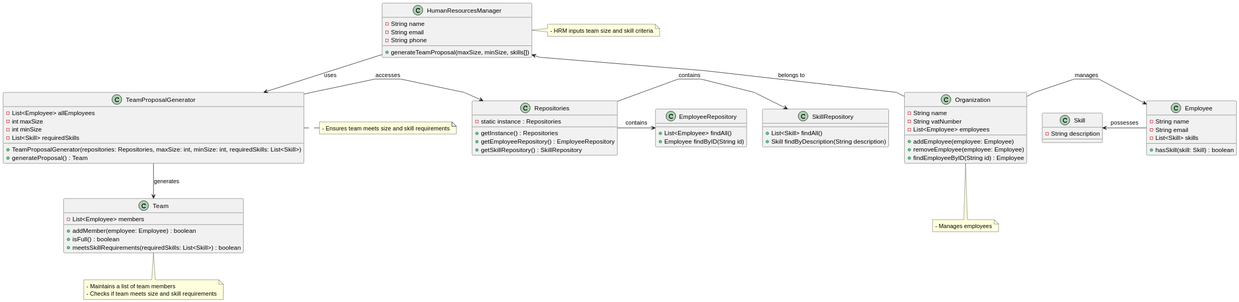
tiagosoa/lei-24-s2-1dgh-g073 keeps this PlantUML diagram as docs/sprint2/us005/03.design/svg/us005-class-diagram.svg. Above is the earlier version. Its diagram source:
```plantuml
@startuml
skinparam packageStyle rectangle
skinparam shadowing false
skinparam linetype polyline

class HumanResourcesManager {
  - String name
  - String email
  - String phone
  + generateTeamProposal(maxSize, minSize, skills[])
}

class Skill {
  - String description
}

class Employee {
  - String name
  - String email
  - List<Skill> skills
  + hasSkill(skill: Skill) : boolean
}

class Team {
  - List<Employee> members
  + addMember(employee: Employee) : boolean
  + isFull() : boolean
  + meetsSkillRequirements(requiredSkills: List<Skill>) : boolean
}

class TeamProposalGenerator {
  - List<Employee> allEmployees
  - int maxSize
  - int minSize
  - List<Skill> requiredSkills
  + TeamProposalGenerator(repositories: Repositories, maxSize: int, minSize: int, requiredSkills: List<Skill>)
  + generateProposal() : Team
}

class Repositories {
  - static instance : Repositories
  + getInstance() : Repositories
  + getEmployeeRepository() : EmployeeRepository
  + getSkillRepository() : SkillRepository
}

class EmployeeRepository {
  + List<Employee> findAll()
  + Employee findByID(String id)
}

class SkillRepository {
  + List<Skill> findAll()
  + Skill findByDescription(String description)
}

class Organization {
  - String name
  - String vatNumber
  - List<Employee> employees
  + addEmployee(employee: Employee)
  + removeEmployee(employee: Employee)
  + findEmployeeByID(String id) : Employee
}

note right of HumanResourcesManager
  - HRM inputs team size and skill criteria
end note

note left of TeamProposalGenerator
  - Ensures team meets size and skill requirements
end note

note bottom of Team
  - Maintains a list of team members
  - Checks if team meets size and skill requirements
end note

note bottom of Organization
  - Manages employees
end note

HumanResourcesManager -down-> TeamProposalGenerator : uses
TeamProposalGenerator -down-> Team : generates
Employee -left-> Skill : possesses
Organization -right-> Employee : manages
Organization -up-> HumanResourcesManager : belongs to
Repositories -right-> EmployeeRepository : contains
Repositories -right-> SkillRepository : contains
TeamProposalGenerator -right-> Repositories : accesses
@enduml
```
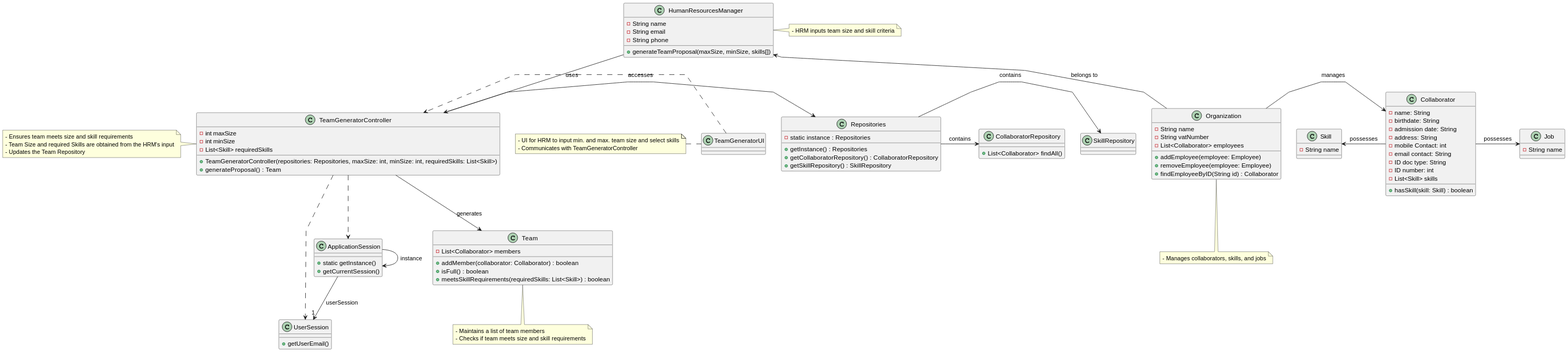
Above is the later version.

Change to the diagram source:
```diff
@@ -2,6 +2,17 @@
 skinparam packageStyle rectangle
 skinparam shadowing false
 skinparam linetype polyline
+
+class ApplicationSession
+{
+    + static getInstance()
+    + getCurrentSession()
+}
+
+class UserSession
+{
+    + getUserEmail()
+}
 
 class HumanResourcesManager {
   - String name
@@ -11,64 +22,74 @@
 }
 
 class Skill {
-  - String description
+  - String name
 }
 
-class Employee {
+class Job {
   - String name
-  - String email
+}
+
+class Collaborator {
+  - name: String
+  - birthdate: String
+  - admission date: String
+  - address: String
+  - mobile Contact: int
+  - email contact: String
+  - ID doc type: String
+  - ID number: int
   - List<Skill> skills
   + hasSkill(skill: Skill) : boolean
 }
 
 class Team {
-  - List<Employee> members
-  + addMember(employee: Employee) : boolean
+  - List<Collaborator> members
+  + addMember(collaborator: Collaborator) : boolean
   + isFull() : boolean
   + meetsSkillRequirements(requiredSkills: List<Skill>) : boolean
 }
 
-class TeamProposalGenerator {
-  - List<Employee> allEmployees
+class TeamGeneratorController {
   - int maxSize
   - int minSize
   - List<Skill> requiredSkills
-  + TeamProposalGenerator(repositories: Repositories, maxSize: int, minSize: int, requiredSkills: List<Skill>)
+  + TeamGeneratorController(repositories: Repositories, maxSize: int, minSize: int, requiredSkills: List<Skill>)
   + generateProposal() : Team
 }
 
 class Repositories {
   - static instance : Repositories
   + getInstance() : Repositories
-  + getEmployeeRepository() : EmployeeRepository
+  + getCollaboratorRepository() : CollaboratorRepository
   + getSkillRepository() : SkillRepository
 }
 
-class EmployeeRepository {
-  + List<Employee> findAll()
-  + Employee findByID(String id)
-}
-
-class SkillRepository {
-  + List<Skill> findAll()
-  + Skill findByDescription(String description)
+class CollaboratorRepository {
+  + List<Collaborator> findAll()
 }
 
 class Organization {
   - String name
   - String vatNumber
-  - List<Employee> employees
+  - List<Collaborator> employees
   + addEmployee(employee: Employee)
   + removeEmployee(employee: Employee)
-  + findEmployeeByID(String id) : Employee
+  + findEmployeeByID(String id) : Collaborator
 }
+
+class TeamGeneratorUI {
+}
+
+
 
 note right of HumanResourcesManager
   - HRM inputs team size and skill criteria
 end note
 
-note left of TeamProposalGenerator
+note left of TeamGeneratorController
   - Ensures team meets size and skill requirements
+  - Team Size and required Skills are obtained from the HRM's input
+  - Updates the Team Repository
 end note
 
 note bottom of Team
@@ -76,16 +97,27 @@
   - Checks if team meets size and skill requirements
 end note
 
-note bottom of Organization
-  - Manages employees
+note left of TeamGeneratorUI
+  - UI for HRM to input min. and max. team size and select skills
+  - Communicates with TeamGeneratorController
 end note
 
-HumanResourcesManager -down-> TeamProposalGenerator : uses
-TeamProposalGenerator -down-> Team : generates
-Employee -left-> Skill : possesses
-Organization -right-> Employee : manages
+note bottom of Organization
+  - Manages collaborators, skills, and jobs
+end note
+
+HumanResourcesManager -down-> TeamGeneratorController : uses
+TeamGeneratorController -down-> Team : generates
+Collaborator -left-> Skill : possesses
+Collaborator -right-> Job : possesses
+Organization -right-> Collaborator : manages
 Organization -up-> HumanResourcesManager : belongs to
-Repositories -right-> EmployeeRepository : contains
+Repositories -right-> CollaboratorRepository : contains
 Repositories -right-> SkillRepository : contains
-TeamProposalGenerator -right-> Repositories : accesses
+TeamGeneratorController -right-> Repositories : accesses
+ApplicationSession -> ApplicationSession : instance
+ApplicationSession --> "1" UserSession : userSession
+TeamGeneratorController ..> ApplicationSession
+TeamGeneratorController ..> UserSession
+TeamGeneratorUI .> TeamGeneratorController
 @enduml
```
